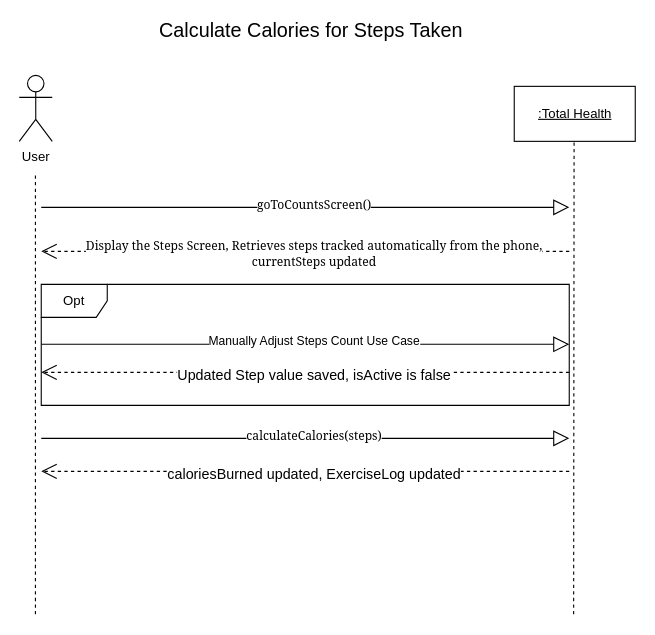
Earlier version of the draw.io diagram SSD - Calculate Calories for Steps Taken.drawio (Esaied19/Team-Albatross). Source tidied: cells renumbered, new cells numbered last; positions are measured from the earlier drawing's top-left corner, leaving out a move shared by most shapes. Both pictures are drawn from the tidied source at 110%, with x=0, y=0 at pixel (19, 20).
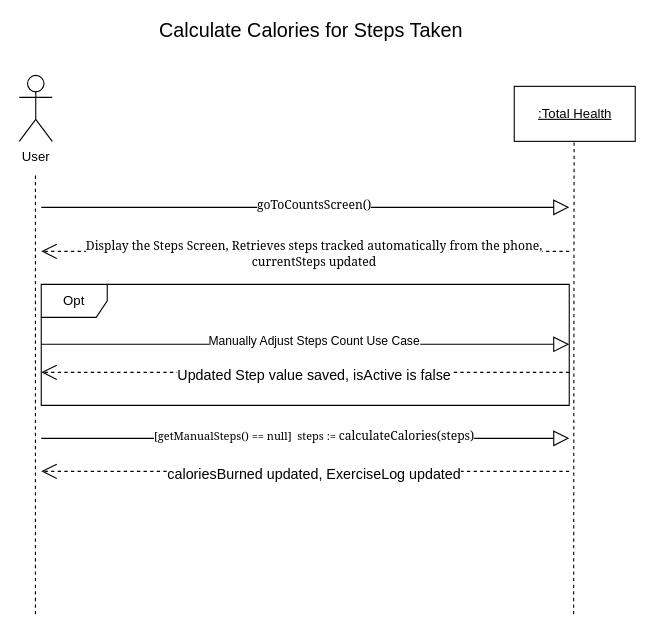
Above is the later version.

The change refers to these unchanged cells:
```xml
<mxCell id="16" style="endArrow=block;endFill=0;endSize=12;html=1;rounded=0;" parent="1" edge="1">
  <mxGeometry relative="1" as="geometry">
    <mxPoint x="20" y="380" as="sourcePoint" />
    <mxPoint x="500" y="380" as="targetPoint" />
  </mxGeometry>
</mxCell>
```

What changed in the source:
```diff
@@
-    <mxCell id="17" value="&lt;font face=&quot;Georgia&quot;&gt;calculateCalories(steps)&lt;/font&gt;" style="edgeLabel;html=1;align=center;verticalAlign=middle;" parent="16" vertex="1">
+    <mxCell id="17" value="&lt;font style=&quot;font-size: 10px&quot; face=&quot;Georgia&quot;&gt;[getManualSteps() == null]&amp;nbsp; steps := &lt;/font&gt;&lt;font face=&quot;Georgia&quot;&gt;calculateCalories(steps)&lt;/font&gt;" style="edgeLabel;html=1;align=center;verticalAlign=middle;" parent="16" vertex="1">
       <mxGeometry x="0.03" y="3" relative="1" as="geometry" />
     </mxCell>
```
